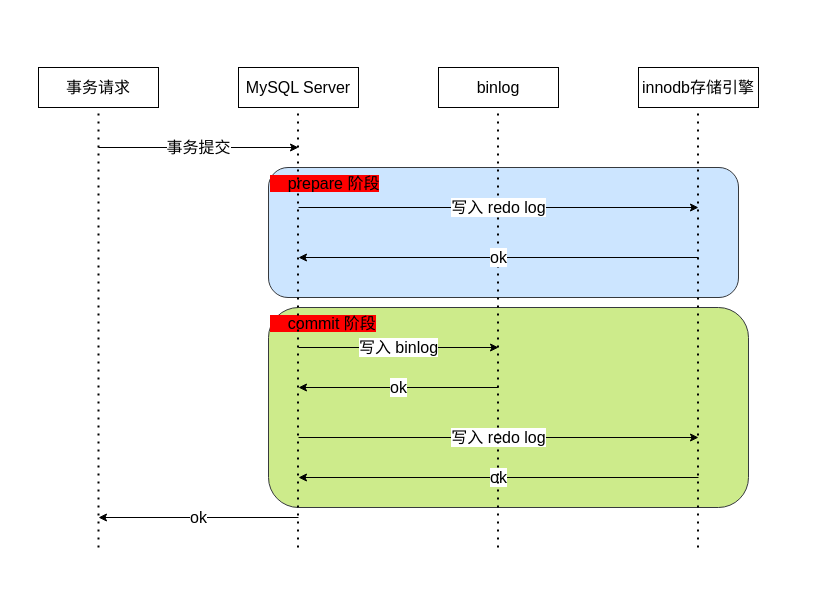
xiaolincoder/ImageHost4 keeps this draw.io diagram as mysql/日志/两阶段提交.drawio. Above is the earlier version. Source tidied: cells renumbered, new cells numbered last; positions are measured from the earlier drawing's top-left corner, leaving out a move shared by most shapes. Both pictures are drawn from the tidied source at 100%, with x=0, y=0 at pixel (38, 67).
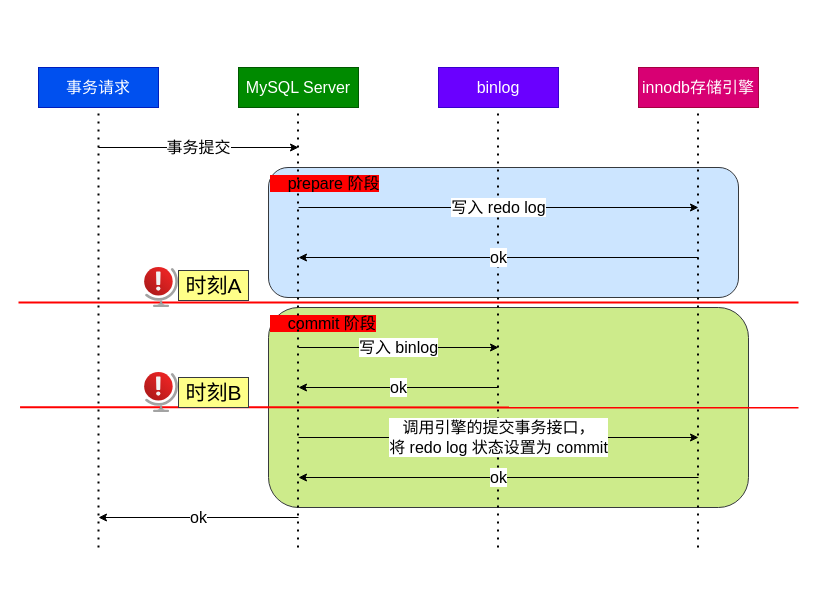
The same diagram, later.

Commit message (it also covers changes not shown here):
Update 两阶段提交.drawio

The edit, as a diff of the source:
```diff
@@
+    <mxCell id="20" style="rounded=0;whiteSpace=wrap;html=1;labelBackgroundColor=#FF0000;fontSize=16;strokeColor=none;" parent="1" vertex="1">
+      <mxGeometry x="-20" y="-50" width="770" height="560" as="geometry" />
+    </mxCell>
@@
-    <mxCell id="5" value="写入 redo log" style="endArrow=classic;html=1;rounded=0;fontSize=16;" parent="1" edge="1">
-      <mxGeometry relative="1" as="geometry">
-        <mxPoint x="260" y="370" as="sourcePoint" />
-        <mxPoint x="660" y="370" as="targetPoint" />
-      </mxGeometry>
-    </mxCell>
-    <mxCell id="6" value="ok" style="endArrow=classic;html=1;rounded=0;fontSize=16;" parent="1" edge="1">
-      <mxGeometry relative="1" as="geometry">
-        <mxPoint x="660" y="410" as="sourcePoint" />
-        <mxPoint x="260" y="410" as="targetPoint" />
-      </mxGeometry>
-    </mxCell>
@@
-    <mxCell id="8" value="事务请求" style="rounded=0;whiteSpace=wrap;html=1;fontSize=16;" parent="1" vertex="1">
+    <mxCell id="8" value="事务请求" style="rounded=0;whiteSpace=wrap;html=1;fontSize=16;fillColor=#0050ef;strokeColor=#001DBC;fontColor=#ffffff;" parent="1" vertex="1">
       <mxGeometry width="120" height="40" as="geometry" />
     </mxCell>
-    <mxCell id="9" value="MySQL Server" style="rounded=0;whiteSpace=wrap;html=1;fontSize=16;" parent="1" vertex="1">
+    <mxCell id="9" value="MySQL Server" style="rounded=0;whiteSpace=wrap;html=1;fontSize=16;fillColor=#008a00;fontColor=#ffffff;strokeColor=#005700;" parent="1" vertex="1">
       <mxGeometry x="200" width="120" height="40" as="geometry" />
     </mxCell>
-    <mxCell id="10" value="binlog" style="rounded=0;whiteSpace=wrap;html=1;fontSize=16;" parent="1" vertex="1">
+    <mxCell id="10" value="binlog" style="rounded=0;whiteSpace=wrap;html=1;fontSize=16;fillColor=#6a00ff;fontColor=#ffffff;strokeColor=#3700CC;" parent="1" vertex="1">
       <mxGeometry x="400" width="120" height="40" as="geometry" />
     </mxCell>
-    <mxCell id="11" value="innodb存储引擎" style="rounded=0;whiteSpace=wrap;html=1;fontSize=16;" parent="1" vertex="1">
+    <mxCell id="11" value="innodb存储引擎" style="rounded=0;whiteSpace=wrap;html=1;fontSize=16;fillColor=#d80073;fontColor=#ffffff;strokeColor=#A50040;" parent="1" vertex="1">
       <mxGeometry x="600" width="120" height="40" as="geometry" />
     </mxCell>
@@
+    <mxCell id="6" value="ok" style="endArrow=classic;html=1;rounded=0;fontSize=16;" parent="1" edge="1">
+      <mxGeometry relative="1" as="geometry">
+        <mxPoint x="660" y="410" as="sourcePoint" />
+        <mxPoint x="260" y="410" as="targetPoint" />
+      </mxGeometry>
+    </mxCell>
+    <mxCell id="5" value="调用引擎的提交事务接口，&lt;br&gt;将 redo log 状态设置为 commit" style="endArrow=classic;html=1;rounded=0;fontSize=16;" parent="1" edge="1">
+      <mxGeometry relative="1" as="geometry">
+        <mxPoint x="260" y="370" as="sourcePoint" />
+        <mxPoint x="660" y="370" as="targetPoint" />
+      </mxGeometry>
+    </mxCell>
+    <mxCell id="21" style="endArrow=none;html=1;strokeWidth=2;rounded=0;fontSize=16;strokeColor=#FF0000;" parent="1" edge="1">
+      <mxGeometry relative="1" as="geometry">
+        <mxPoint x="-20" y="235" as="sourcePoint" />
+        <mxPoint x="760" y="235" as="targetPoint" />
+      </mxGeometry>
+    </mxCell>
+    <mxCell id="22" style="endArrow=none;html=1;strokeWidth=2;rounded=0;fontSize=16;strokeColor=#FF0000;exitX=0.002;exitY=0.696;exitDx=0;exitDy=0;exitPerimeter=0;" parent="1" edge="1" source="20">
+      <mxGeometry relative="1" as="geometry">
+        <mxPoint x="760" y="340" as="targetPoint" />
+      </mxGeometry>
+    </mxCell>
+    <mxCell id="23" value="时刻A" style="text;html=1;align=center;verticalAlign=middle;strokeColor=#36393d;fillColor=#ffff88;fontSize=21;" parent="1" vertex="1">
+      <mxGeometry x="140" y="203" width="70" height="30" as="geometry" />
+    </mxCell>
+    <mxCell id="24" value="时刻B" style="text;html=1;align=center;verticalAlign=middle;strokeColor=#36393d;fillColor=#ffff88;fontSize=21;" parent="1" vertex="1">
+      <mxGeometry x="140" y="310" width="70" height="30" as="geometry" />
+    </mxCell>
+    <mxCell id="25" style="html=1;align=center;image;fontSize=12;image=img/lib/azure2/general/Globe_Error.svg;labelBackgroundColor=#FF0000;" parent="1" vertex="1">
+      <mxGeometry x="106.1" y="200" width="33.9" height="40" as="geometry" />
+    </mxCell>
+    <mxCell id="26" style="html=1;align=center;image;fontSize=12;image=img/lib/azure2/general/Globe_Error.svg;labelBackgroundColor=#FF0000;" parent="1" vertex="1">
+      <mxGeometry x="106.1" y="305" width="33.9" height="40" as="geometry" />
+    </mxCell>
```
